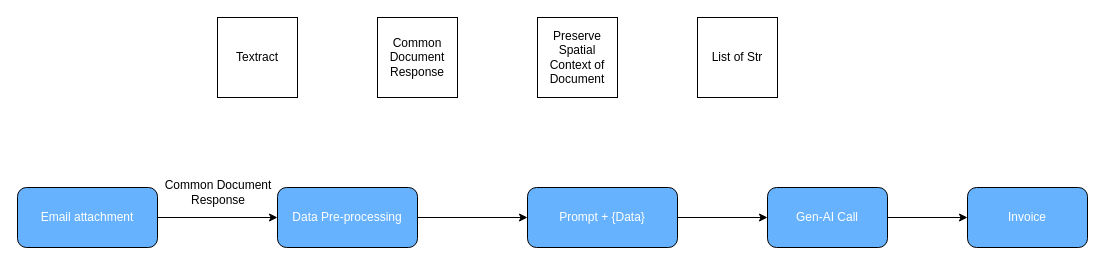
The draw.io diagram ppt-workflow.drawio in riyajha2305/-6Companies30days, before the edit. Source tidied: cells renumbered, new cells numbered last; positions are measured from the earlier drawing's top-left corner, leaving out a move shared by most shapes. Both pictures are drawn from the tidied source at 100%, with x=0, y=0 at pixel (17, 17).
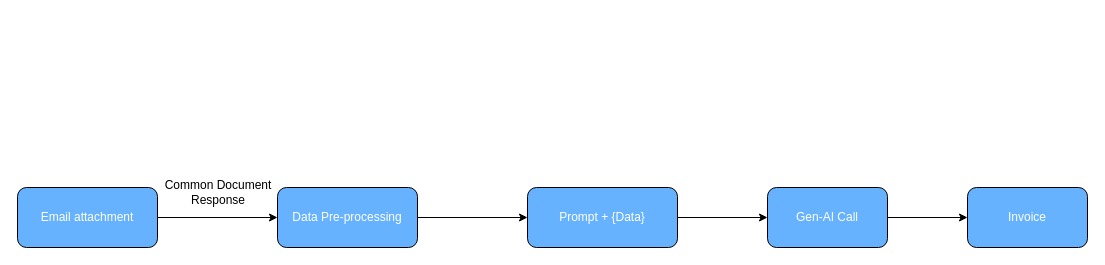
After the change.

The edit, as a diff of the source:
```diff
@@
 <mxGraphModel>
   <root>
     <mxCell id="0" />
     <mxCell id="1" parent="0" />
-    <mxCell id="2" value="Textract" style="whiteSpace=wrap;html=1;" parent="1" vertex="1">
-      <mxGeometry x="200" width="80" height="80" as="geometry" />
-    </mxCell>
-    <mxCell id="3" value="Common Document Response" style="whiteSpace=wrap;html=1;" parent="1" vertex="1">
-      <mxGeometry x="360" width="80" height="80" as="geometry" />
-    </mxCell>
-    <mxCell id="4" value="Preserve Spatial Context of Document" style="whiteSpace=wrap;html=1;" parent="1" vertex="1">
-      <mxGeometry x="520" width="80" height="80" as="geometry" />
-    </mxCell>
-    <mxCell id="5" value="List of Str" style="whiteSpace=wrap;html=1;" parent="1" vertex="1">
-      <mxGeometry x="680" width="80" height="80" as="geometry" />
-    </mxCell>
     <mxCell id="6" value="Common Document Response" style="text;html=1;align=center;verticalAlign=middle;whiteSpace=wrap;rounded=0;" parent="1" vertex="1">
       <mxGeometry x="121" y="160" width="160" height="30" as="geometry" />
     </mxCell>
     <mxCell id="7" value="&lt;font color=&quot;#ffffff&quot;&gt;Email attachment&lt;/font&gt;" style="rounded=1;whiteSpace=wrap;html=1;fillColor=#66B2FF;" parent="1" vertex="1">
       <mxGeometry y="170" width="140" height="60" as="geometry" />
     </mxCell>
     <mxCell id="8" value="&lt;font color=&quot;#ffffff&quot;&gt;Data Pre-processing&lt;/font&gt;" style="rounded=1;whiteSpace=wrap;html=1;fillColor=#66B2FF;" parent="1" vertex="1">
       <mxGeometry x="260" y="170" width="140" height="60" as="geometry" />
     </mxCell>
     <mxCell id="9" value="&lt;font color=&quot;#ffffff&quot;&gt;Prompt + {Data}&lt;/font&gt;" style="rounded=1;whiteSpace=wrap;html=1;fillColor=#66B2FF;" parent="1" vertex="1">
       <mxGeometry x="510" y="170" width="150" height="60" as="geometry" />
     </mxCell>
     <mxCell id="10" value="&lt;font color=&quot;#ffffff&quot;&gt;Gen-AI Call&lt;/font&gt;" style="rounded=1;whiteSpace=wrap;html=1;fillColor=#66B2FF;" parent="1" vertex="1">
       <mxGeometry x="750" y="170" width="120" height="60" as="geometry" />
     </mxCell>
     <mxCell id="11" value="&lt;font color=&quot;#ffffff&quot;&gt;Invoice&lt;/font&gt;" style="rounded=1;whiteSpace=wrap;html=1;fillColor=#66B2FF;" parent="1" vertex="1">
       <mxGeometry x="950" y="170" width="120" height="60" as="geometry" />
     </mxCell>
     <mxCell id="12" style="endArrow=classic;html=1;rounded=0;exitX=1;exitY=0.5;exitDx=0;exitDy=0;entryX=0;entryY=0.5;entryDx=0;entryDy=0;" parent="1" edge="1" source="7" target="8">
       <mxGeometry relative="1" as="geometry" />
     </mxCell>
     <mxCell id="13" style="endArrow=classic;html=1;rounded=0;exitX=1;exitY=0.5;exitDx=0;exitDy=0;entryX=0;entryY=0.5;entryDx=0;entryDy=0;" parent="1" edge="1" source="8" target="9">
       <mxGeometry relative="1" as="geometry" />
     </mxCell>
     <mxCell id="14" style="endArrow=classic;html=1;rounded=0;entryX=0;entryY=0.5;entryDx=0;entryDy=0;exitX=1;exitY=0.5;exitDx=0;exitDy=0;" parent="1" edge="1" source="9" target="10">
       <mxGeometry relative="1" as="geometry" />
     </mxCell>
     <mxCell id="15" style="endArrow=classic;html=1;rounded=0;entryX=0;entryY=0.5;entryDx=0;entryDy=0;exitX=1;exitY=0.5;exitDx=0;exitDy=0;" parent="1" edge="1" source="10" target="11">
       <mxGeometry relative="1" as="geometry" />
     </mxCell>
   </root>
 </mxGraphModel>
```
